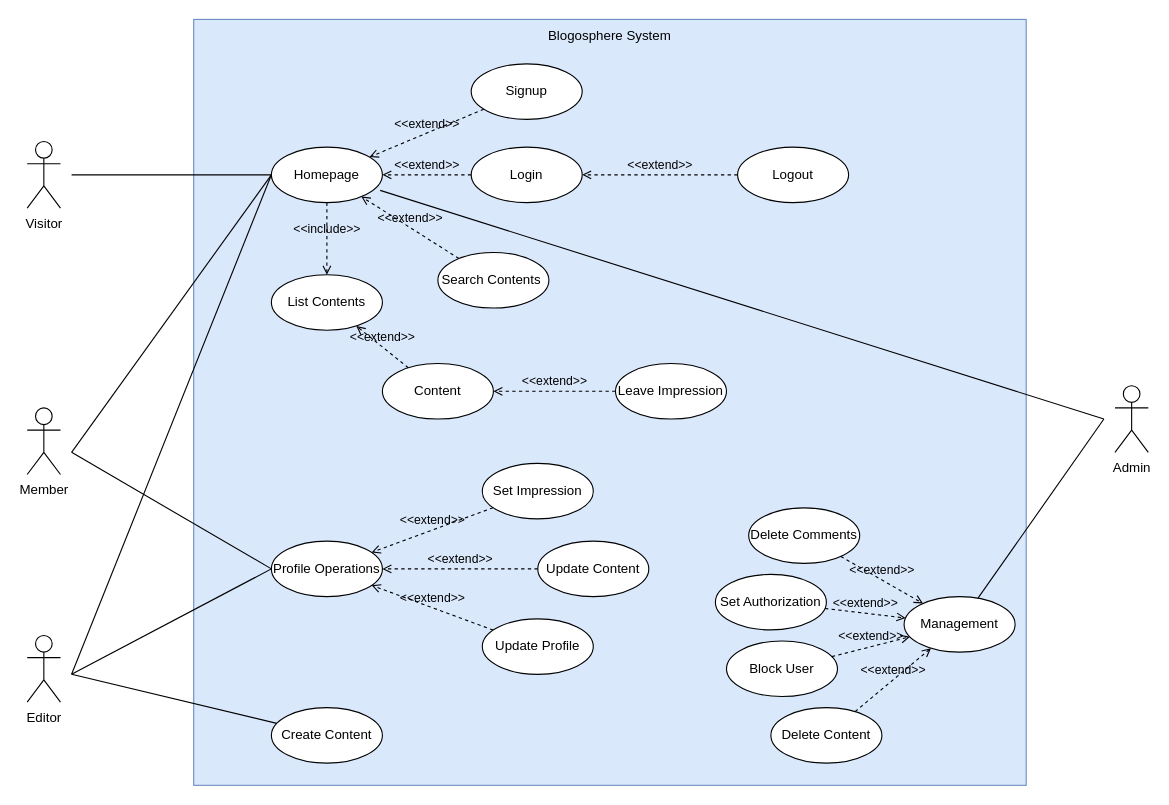
gitsametcan/Blogosphere keeps this draw.io diagram as Software Requirements Specification/usacase12313.drawio. Above is the earlier version. Source tidied: cells renumbered, new cells numbered last; positions are measured from the earlier drawing's top-left corner, leaving out a move shared by most shapes. Both pictures are drawn from the tidied source at 111%, with x=0, y=0 at pixel (27, 19).
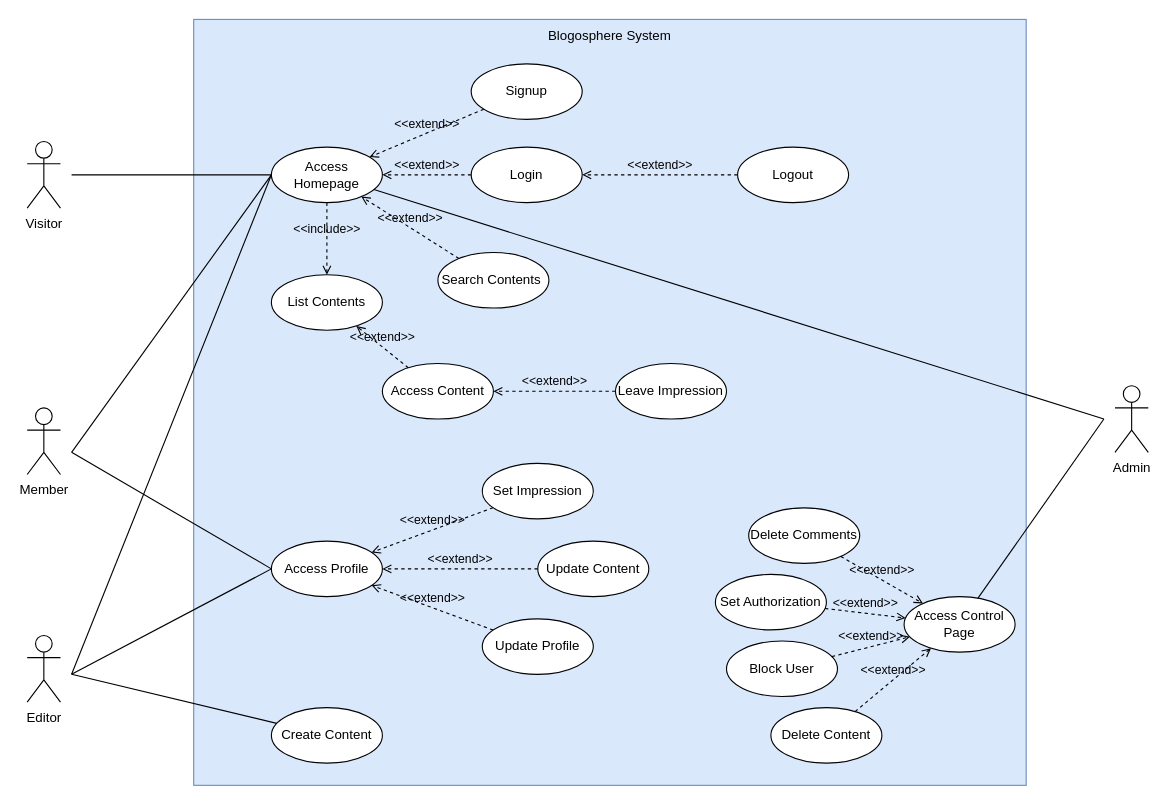
The same page after the edit.

What changed in the source:
```diff
@@
-    <mxCell id="7" value="Homepage" style="ellipse;whiteSpace=wrap;html=1;" parent="1" vertex="1">
+    <mxCell id="7" value="Access Homepage" style="ellipse;whiteSpace=wrap;html=1;" parent="1" vertex="1">
       <mxGeometry x="220" y="115" width="100" height="50" as="geometry" />
     </mxCell>
@@
-    <mxCell id="9" value="Content" style="ellipse;whiteSpace=wrap;html=1;" parent="1" vertex="1">
+    <mxCell id="9" value="Access Content" style="ellipse;whiteSpace=wrap;html=1;" parent="1" vertex="1">
       <mxGeometry x="320" y="310" width="100" height="50" as="geometry" />
     </mxCell>
@@
-    <mxCell id="11" value="Profile Operations" style="ellipse;whiteSpace=wrap;html=1;" parent="1" vertex="1">
+    <mxCell id="11" value="Access Profile" style="ellipse;whiteSpace=wrap;html=1;" parent="1" vertex="1">
       <mxGeometry x="220" y="470" width="100" height="50" as="geometry" />
     </mxCell>
@@
-    <mxCell id="22" style="endArrow=none;html=1;rounded=0;entryX=0.98;entryY=0.78;entryDx=0;entryDy=0;entryPerimeter=0;" parent="1" edge="1" target="7">
+    <mxCell id="22" style="endArrow=none;html=1;rounded=0;" parent="1" edge="1" target="7">
       <mxGeometry relative="1" as="geometry">
         <mxPoint x="970" y="360" as="sourcePoint" />
       </mxGeometry>
     </mxCell>
@@
-    <mxCell id="27" value="Management" style="ellipse;whiteSpace=wrap;html=1;" parent="1" vertex="1">
+    <mxCell id="27" value="Access Control Page" style="ellipse;whiteSpace=wrap;html=1;" parent="1" vertex="1">
       <mxGeometry x="790" y="520" width="100" height="50" as="geometry" />
     </mxCell>
```
